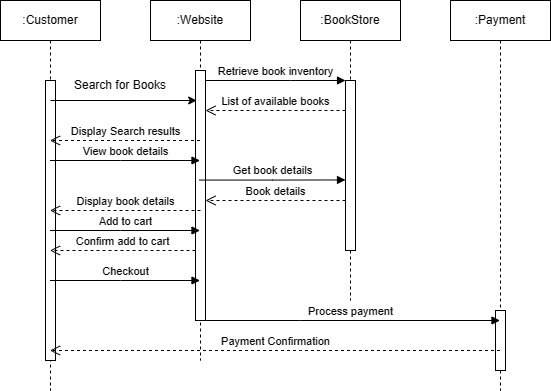
Above: ss1.drawio.png in YousefFatafta/Online-Book-Store (draw.io), before the change. Source tidied: cells renumbered, new cells last; positions are measured from the earlier drawing's top-left corner, leaving out a move shared by most shapes. The source it was exported from:
```xml
<mxGraphModel background="#ffffff">
  <root>
    <mxCell id="0" />
    <mxCell id="1" parent="0" />
    <mxCell id="2" value=":Website" style="shape=umlLifeline;perimeter=lifelinePerimeter;whiteSpace=wrap;html=1;outlineConnect=0;portConstraint=eastwest;newEdgeStyle={&quot;edgeStyle&quot;:&quot;elbowEdgeStyle&quot;,&quot;elbow&quot;:&quot;vertical&quot;,&quot;curved&quot;:0,&quot;rounded&quot;:0};" parent="1" vertex="1">
      <mxGeometry x="150" width="100" height="360" as="geometry" />
    </mxCell>
    <mxCell id="3" style="html=1;points=[];perimeter=orthogonalPerimeter;outlineConnect=0;targetShapes=umlLifeline;portConstraint=eastwest;newEdgeStyle={&quot;edgeStyle&quot;:&quot;elbowEdgeStyle&quot;,&quot;elbow&quot;:&quot;vertical&quot;,&quot;curved&quot;:0,&quot;rounded&quot;:0};" parent="2" vertex="1">
      <mxGeometry x="45" y="70" width="10" height="250" as="geometry" />
    </mxCell>
    <mxCell id="4" value=":BookStore" style="shape=umlLifeline;perimeter=lifelinePerimeter;whiteSpace=wrap;html=1;newEdgeStyle={&quot;edgeStyle&quot;:&quot;elbowEdgeStyle&quot;,&quot;elbow&quot;:&quot;vertical&quot;,&quot;curved&quot;:0,&quot;rounded&quot;:0};" parent="1" vertex="1">
      <mxGeometry x="300" width="100" height="300" as="geometry" />
    </mxCell>
    <mxCell id="5" style="html=1;points=[];perimeter=orthogonalPerimeter;outlineConnect=0;targetShapes=umlLifeline;portConstraint=eastwest;newEdgeStyle={&quot;edgeStyle&quot;:&quot;elbowEdgeStyle&quot;,&quot;elbow&quot;:&quot;vertical&quot;,&quot;curved&quot;:0,&quot;rounded&quot;:0};" parent="4" vertex="1">
      <mxGeometry x="45" y="80" width="10" height="170" as="geometry" />
    </mxCell>
    <mxCell id="6" value="Retrieve book inventory" style="html=1;verticalAlign=bottom;endArrow=block;edgeStyle=elbowEdgeStyle;elbow=vertical;curved=0;rounded=0;" parent="1" edge="1" source="3" target="5">
      <mxGeometry relative="1" as="geometry">
        <Array as="points">
          <mxPoint x="290" y="80" />
        </Array>
      </mxGeometry>
    </mxCell>
    <mxCell id="7" value="List of available books" style="html=1;verticalAlign=bottom;endArrow=open;dashed=1;endSize=8;edgeStyle=elbowEdgeStyle;elbow=vertical;curved=0;rounded=0;" parent="1" edge="1" source="5" target="3">
      <mxGeometry relative="1" as="geometry">
        <Array as="points">
          <mxPoint x="290" y="110" />
        </Array>
      </mxGeometry>
    </mxCell>
    <mxCell id="8" value=":Payment" style="shape=umlLifeline;perimeter=lifelinePerimeter;whiteSpace=wrap;html=1;outlineConnect=0;portConstraint=eastwest;newEdgeStyle={&quot;edgeStyle&quot;:&quot;elbowEdgeStyle&quot;,&quot;elbow&quot;:&quot;vertical&quot;,&quot;curved&quot;:0,&quot;rounded&quot;:0};" parent="1" vertex="1">
      <mxGeometry x="450" width="100" height="390" as="geometry" />
    </mxCell>
    <mxCell id="9" style="html=1;perimeter=orthogonalPerimeter;targetShapes=umlLifeline;newEdgeStyle={&quot;edgeStyle&quot;:&quot;elbowEdgeStyle&quot;,&quot;elbow&quot;:&quot;vertical&quot;,&quot;curved&quot;:0,&quot;rounded&quot;:0};" parent="8" vertex="1">
      <mxGeometry x="45" y="310" width="10" height="60" as="geometry" />
    </mxCell>
    <mxCell id="10" value=":Customer" style="shape=umlLifeline;perimeter=lifelinePerimeter;whiteSpace=wrap;html=1;outlineConnect=0;portConstraint=eastwest;newEdgeStyle={&quot;edgeStyle&quot;:&quot;elbowEdgeStyle&quot;,&quot;elbow&quot;:&quot;vertical&quot;,&quot;curved&quot;:0,&quot;rounded&quot;:0};" parent="1" vertex="1">
      <mxGeometry width="100" height="390" as="geometry" />
    </mxCell>
    <mxCell id="11" style="html=1;perimeter=orthogonalPerimeter;targetShapes=umlLifeline;newEdgeStyle={&quot;edgeStyle&quot;:&quot;elbowEdgeStyle&quot;,&quot;elbow&quot;:&quot;vertical&quot;,&quot;curved&quot;:0,&quot;rounded&quot;:0};" parent="10" vertex="1">
      <mxGeometry x="45" y="80" width="10" height="280" as="geometry" />
    </mxCell>
    <mxCell id="12" style="endArrow=classic;html=1;rounded=0;" parent="1" edge="1">
      <mxGeometry relative="1" as="geometry">
        <mxPoint x="50" y="100" as="sourcePoint" />
        <mxPoint x="196.2" y="100" as="targetPoint" />
      </mxGeometry>
    </mxCell>
    <mxCell id="13" value="Search for Books" style="text;html=1;align=center;verticalAlign=middle;whiteSpace=wrap;rounded=0;" parent="1" vertex="1">
      <mxGeometry x="60" y="70" width="120" height="30" as="geometry" />
    </mxCell>
    <mxCell id="14" value="Display Search results" style="html=1;verticalAlign=bottom;endArrow=open;dashed=1;endSize=8;edgeStyle=elbowEdgeStyle;elbow=vertical;curved=0;rounded=0;" parent="1" edge="1" source="2" target="10">
      <mxGeometry relative="1" as="geometry">
        <Array as="points">
          <mxPoint x="120" y="140" />
        </Array>
      </mxGeometry>
    </mxCell>
    <mxCell id="15" value="View book details" style="html=1;verticalAlign=bottom;endArrow=block;edgeStyle=elbowEdgeStyle;elbow=vertical;curved=0;rounded=0;" parent="1" edge="1" source="10" target="2">
      <mxGeometry relative="1" as="geometry">
        <Array as="points">
          <mxPoint x="120" y="160" />
        </Array>
      </mxGeometry>
    </mxCell>
    <mxCell id="16" value="Display book details" style="html=1;verticalAlign=bottom;endArrow=open;dashed=1;endSize=8;edgeStyle=elbowEdgeStyle;elbow=vertical;curved=0;rounded=0;" parent="1" edge="1" target="10">
      <mxGeometry relative="1" as="geometry">
        <mxPoint x="200" y="210" as="sourcePoint" />
        <Array as="points">
          <mxPoint x="200" y="210" />
        </Array>
      </mxGeometry>
    </mxCell>
    <mxCell id="17" value="Add to cart" style="html=1;verticalAlign=bottom;endArrow=block;edgeStyle=elbowEdgeStyle;elbow=vertical;curved=0;rounded=0;" parent="1" edge="1" source="10" target="2">
      <mxGeometry relative="1" as="geometry">
        <Array as="points">
          <mxPoint x="120" y="230" />
        </Array>
      </mxGeometry>
    </mxCell>
    <mxCell id="18" value="Confirm add to cart" style="html=1;verticalAlign=bottom;endArrow=open;dashed=1;endSize=8;edgeStyle=elbowEdgeStyle;elbow=vertical;curved=0;rounded=0;" parent="1" edge="1" source="3" target="10">
      <mxGeometry relative="1" as="geometry">
        <Array as="points">
          <mxPoint x="145" y="250" />
        </Array>
      </mxGeometry>
    </mxCell>
    <mxCell id="19" value="Checkout" style="html=1;verticalAlign=bottom;endArrow=block;edgeStyle=elbowEdgeStyle;elbow=vertical;curved=0;rounded=0;" parent="1" edge="1" source="10" target="2">
      <mxGeometry relative="1" as="geometry">
        <Array as="points">
          <mxPoint x="120" y="280" />
        </Array>
      </mxGeometry>
    </mxCell>
    <mxCell id="20" value="Get book details" style="html=1;verticalAlign=bottom;endArrow=block;edgeStyle=elbowEdgeStyle;elbow=horizontal;curved=0;rounded=0;" parent="1" edge="1">
      <mxGeometry relative="1" as="geometry">
        <mxPoint x="199" y="179.6" as="sourcePoint" />
        <mxPoint x="345" y="179.4" as="targetPoint" />
      </mxGeometry>
    </mxCell>
    <mxCell id="21" value="Book details" style="html=1;verticalAlign=bottom;endArrow=open;dashed=1;endSize=8;edgeStyle=elbowEdgeStyle;elbow=vertical;curved=0;rounded=0;" parent="1" edge="1" source="5" target="3">
      <mxGeometry relative="1" as="geometry">
        <Array as="points">
          <mxPoint x="300" y="200" />
        </Array>
      </mxGeometry>
    </mxCell>
    <mxCell id="22" value="Process payment" style="html=1;verticalAlign=bottom;endArrow=block;edgeStyle=elbowEdgeStyle;elbow=vertical;curved=0;rounded=0;" parent="1" edge="1" source="2" target="8">
      <mxGeometry relative="1" as="geometry">
        <Array as="points">
          <mxPoint x="300" y="320" />
        </Array>
      </mxGeometry>
    </mxCell>
    <mxCell id="23" value="Payment Confirmation" style="html=1;verticalAlign=bottom;endArrow=open;dashed=1;endSize=8;edgeStyle=elbowEdgeStyle;elbow=vertical;curved=0;rounded=0;" parent="1" edge="1" source="8" target="10">
      <mxGeometry relative="1" as="geometry">
        <Array as="points">
          <mxPoint x="300" y="350" />
        </Array>
      </mxGeometry>
    </mxCell>
  </root>
</mxGraphModel>
```
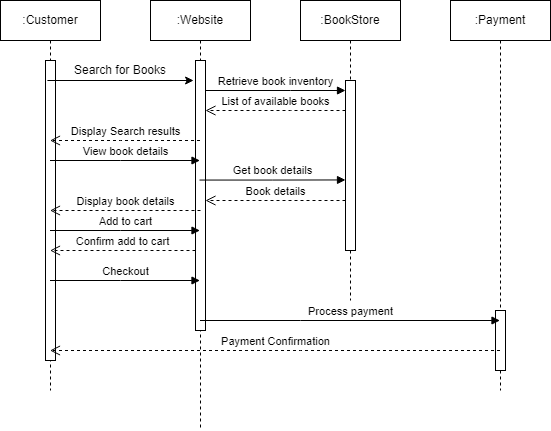
Above is the later version.

The edit, as a diff of the source:
```diff
@@ -3,10 +3,10 @@
     <mxCell id="0" />
     <mxCell id="1" parent="0" />
     <mxCell id="2" value=":Website" style="shape=umlLifeline;perimeter=lifelinePerimeter;whiteSpace=wrap;html=1;outlineConnect=0;portConstraint=eastwest;newEdgeStyle={&quot;edgeStyle&quot;:&quot;elbowEdgeStyle&quot;,&quot;elbow&quot;:&quot;vertical&quot;,&quot;curved&quot;:0,&quot;rounded&quot;:0};" parent="1" vertex="1">
-      <mxGeometry x="150" width="100" height="360" as="geometry" />
+      <mxGeometry x="150" width="100" height="430" as="geometry" />
     </mxCell>
     <mxCell id="3" style="html=1;points=[];perimeter=orthogonalPerimeter;outlineConnect=0;targetShapes=umlLifeline;portConstraint=eastwest;newEdgeStyle={&quot;edgeStyle&quot;:&quot;elbowEdgeStyle&quot;,&quot;elbow&quot;:&quot;vertical&quot;,&quot;curved&quot;:0,&quot;rounded&quot;:0};" parent="2" vertex="1">
-      <mxGeometry x="45" y="70" width="10" height="250" as="geometry" />
+      <mxGeometry x="45" y="60" width="10" height="270" as="geometry" />
     </mxCell>
     <mxCell id="4" value=":BookStore" style="shape=umlLifeline;perimeter=lifelinePerimeter;whiteSpace=wrap;html=1;newEdgeStyle={&quot;edgeStyle&quot;:&quot;elbowEdgeStyle&quot;,&quot;elbow&quot;:&quot;vertical&quot;,&quot;curved&quot;:0,&quot;rounded&quot;:0};" parent="1" vertex="1">
       <mxGeometry x="300" width="100" height="300" as="geometry" />
@@ -14,10 +14,12 @@
     <mxCell id="5" style="html=1;points=[];perimeter=orthogonalPerimeter;outlineConnect=0;targetShapes=umlLifeline;portConstraint=eastwest;newEdgeStyle={&quot;edgeStyle&quot;:&quot;elbowEdgeStyle&quot;,&quot;elbow&quot;:&quot;vertical&quot;,&quot;curved&quot;:0,&quot;rounded&quot;:0};" parent="4" vertex="1">
       <mxGeometry x="45" y="80" width="10" height="170" as="geometry" />
     </mxCell>
-    <mxCell id="6" value="Retrieve book inventory" style="html=1;verticalAlign=bottom;endArrow=block;edgeStyle=elbowEdgeStyle;elbow=vertical;curved=0;rounded=0;" parent="1" edge="1" source="3" target="5">
+    <mxCell id="6" value="Retrieve book inventory" style="html=1;verticalAlign=bottom;endArrow=block;edgeStyle=elbowEdgeStyle;elbow=vertical;curved=0;rounded=0;" parent="1" edge="1">
       <mxGeometry relative="1" as="geometry">
+        <mxPoint x="205" y="90" as="sourcePoint" />
+        <mxPoint x="345" y="90" as="targetPoint" />
         <Array as="points">
-          <mxPoint x="290" y="80" />
+          <mxPoint x="290" y="90" />
         </Array>
       </mxGeometry>
     </mxCell>
@@ -38,16 +40,16 @@
       <mxGeometry width="100" height="390" as="geometry" />
     </mxCell>
     <mxCell id="11" style="html=1;perimeter=orthogonalPerimeter;targetShapes=umlLifeline;newEdgeStyle={&quot;edgeStyle&quot;:&quot;elbowEdgeStyle&quot;,&quot;elbow&quot;:&quot;vertical&quot;,&quot;curved&quot;:0,&quot;rounded&quot;:0};" parent="10" vertex="1">
-      <mxGeometry x="45" y="80" width="10" height="280" as="geometry" />
+      <mxGeometry x="45" y="60" width="10" height="300" as="geometry" />
     </mxCell>
     <mxCell id="12" style="endArrow=classic;html=1;rounded=0;" parent="1" edge="1">
       <mxGeometry relative="1" as="geometry">
-        <mxPoint x="50" y="100" as="sourcePoint" />
-        <mxPoint x="196.2" y="100" as="targetPoint" />
+        <mxPoint x="46.9" y="80" as="sourcePoint" />
+        <mxPoint x="193.1" y="80" as="targetPoint" />
       </mxGeometry>
     </mxCell>
     <mxCell id="13" value="Search for Books" style="text;html=1;align=center;verticalAlign=middle;whiteSpace=wrap;rounded=0;" parent="1" vertex="1">
-      <mxGeometry x="60" y="70" width="120" height="30" as="geometry" />
+      <mxGeometry x="60" y="60" width="120" height="20" as="geometry" />
     </mxCell>
     <mxCell id="14" value="Display Search results" style="html=1;verticalAlign=bottom;endArrow=open;dashed=1;endSize=8;edgeStyle=elbowEdgeStyle;elbow=vertical;curved=0;rounded=0;" parent="1" edge="1" source="2" target="10">
       <mxGeometry relative="1" as="geometry">
```
